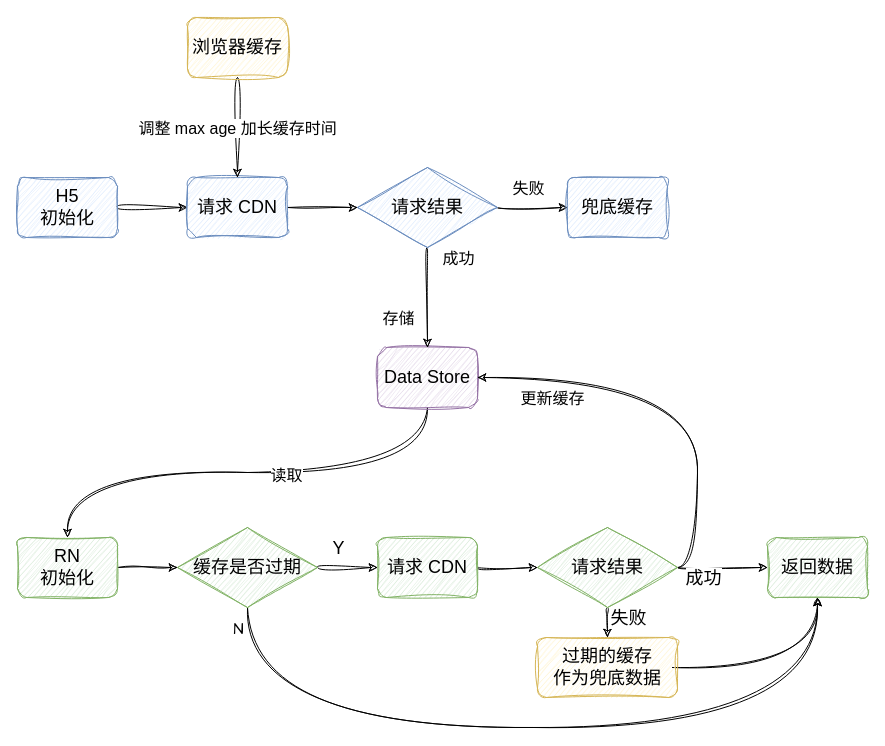
Earlier version of the draw.io diagram page "缓存优化" (10 of 10) of CDN优化.drawio (Darkindom/draw-the-diagrams). Source tidied: cells renumbered, new cells numbered last; positions are measured from the earlier drawing's top-left corner, leaving out a move shared by most shapes. Both pictures are drawn from the tidied source at 100%, with x=0, y=0 at pixel (17, 17).
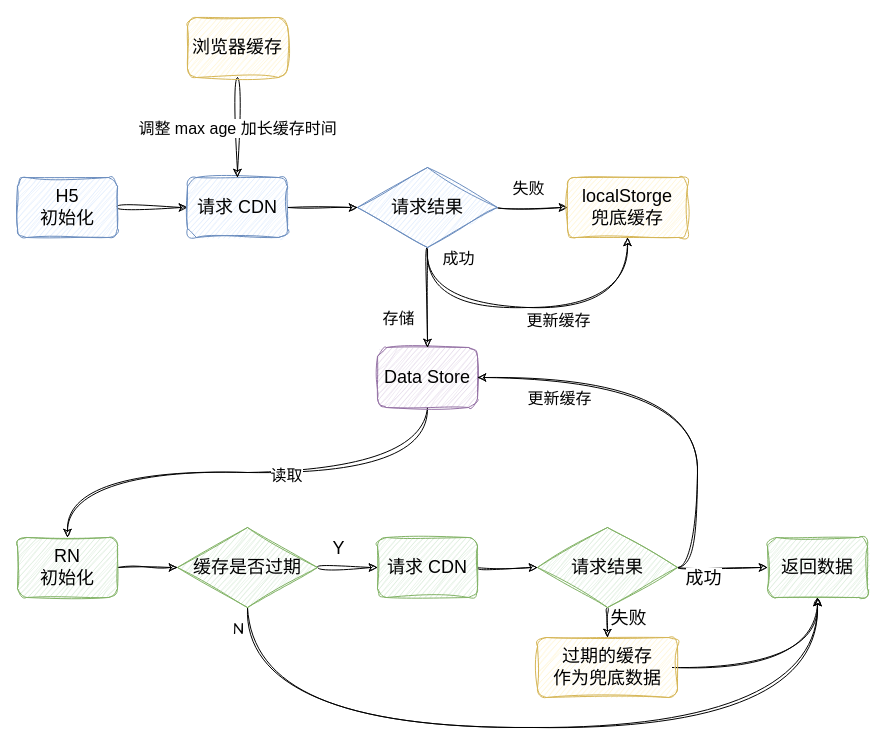
Above is the later version.

The change refers to these unchanged cells:
```xml
<mxCell id="21" style="edgeStyle=orthogonalEdgeStyle;shape=connector;curved=1;rounded=0;sketch=1;hachureGap=4;jiggle=2;curveFitting=1;jettySize=auto;html=1;exitX=1;exitY=0.5;exitDx=0;exitDy=0;entryX=1;entryY=0.5;entryDx=0;entryDy=0;labelBackgroundColor=default;strokeColor=default;fontFamily=手札体-简;fontSize=16;fontColor=default;endArrow=classic;" parent="1" edge="1" source="23" target="14">
  <mxGeometry relative="1" as="geometry" />
</mxCell>
<mxCell id="36" value="请求结果" style="rhombus;whiteSpace=wrap;html=1;sketch=1;hachureGap=4;jiggle=2;curveFitting=1;fontFamily=手札体-简;fontSize=18;fillColor=#dae8fc;strokeColor=#6c8ebf;" parent="1" vertex="1">
  <mxGeometry x="340" y="150" width="140" height="80" as="geometry" />
</mxCell>
```

Change to the diagram source:
```diff
@@
     <mxCell id="22" value="更新缓存" style="edgeLabel;html=1;align=center;verticalAlign=middle;fontSize=16;fontFamily=手札体-简;fontColor=default;" parent="21" vertex="1">
       <mxGeometry x="0.54" y="2" relative="1" as="geometry">
-        <mxPoint x="-25" y="18" as="offset" />
+        <mxPoint x="-18" y="18" as="offset" />
       </mxGeometry>
     </mxCell>
@@
+    <mxCell id="38" style="edgeStyle=orthogonalEdgeStyle;shape=connector;curved=1;rounded=0;sketch=1;hachureGap=4;jiggle=2;curveFitting=1;jettySize=auto;html=1;exitX=0.5;exitY=1;exitDx=0;exitDy=0;entryX=0.5;entryY=1;entryDx=0;entryDy=0;labelBackgroundColor=default;strokeColor=default;fontFamily=Architects Daughter;fontSize=16;fontColor=default;endArrow=classic;" parent="1" edge="1" source="36" target="37">
+      <mxGeometry relative="1" as="geometry">
+        <Array as="points">
+          <mxPoint x="410" y="290" />
+          <mxPoint x="610" y="290" />
+        </Array>
+      </mxGeometry>
+    </mxCell>
@@
-    <mxCell id="37" value="兜底缓存" style="rounded=1;whiteSpace=wrap;html=1;sketch=1;hachureGap=4;jiggle=2;curveFitting=1;fontFamily=手札体-简;fontSize=18;fillColor=#dae8fc;strokeColor=#6c8ebf;" parent="1" vertex="1">
-      <mxGeometry x="550" y="160" width="100" height="60" as="geometry" />
+    <mxCell id="37" value="localStorge&lt;br&gt;兜底缓存" style="rounded=1;whiteSpace=wrap;html=1;sketch=1;hachureGap=4;jiggle=2;curveFitting=1;fontFamily=手札体-简;fontSize=18;fillColor=#fff2cc;strokeColor=#d6b656;" parent="1" vertex="1">
+      <mxGeometry x="550" y="160" width="120" height="60" as="geometry" />
     </mxCell>
+    <mxCell id="39" value="更新缓存" style="edgeLabel;html=1;align=center;verticalAlign=middle;fontSize=16;fontFamily=手札体-简;fontColor=default;" parent="1" vertex="1">
+      <mxGeometry x="516" y="407" as="geometry">
+        <mxPoint x="24" y="-105" as="offset" />
+      </mxGeometry>
+    </mxCell>
```
